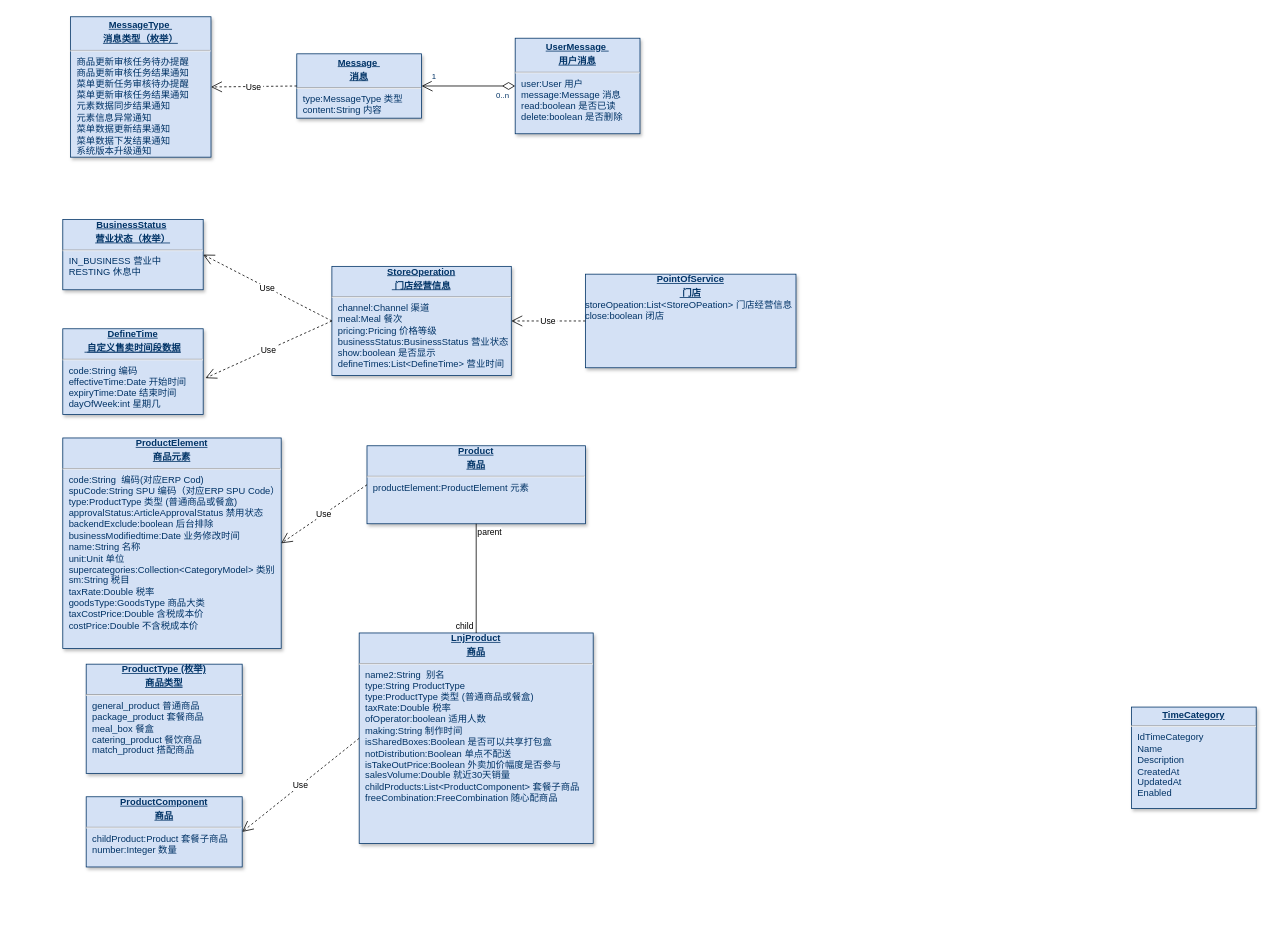
Above: 老娘舅_DB.drawio in rockywade/draw (draw.io), before the change. Source tidied: cells renumbered, new cells numbered last; positions are measured from the earlier drawing's top-left corner, leaving out a move shared by most shapes. Both pictures are drawn from the tidied source at 78%, with x=0, y=0 at pixel (62, 16).
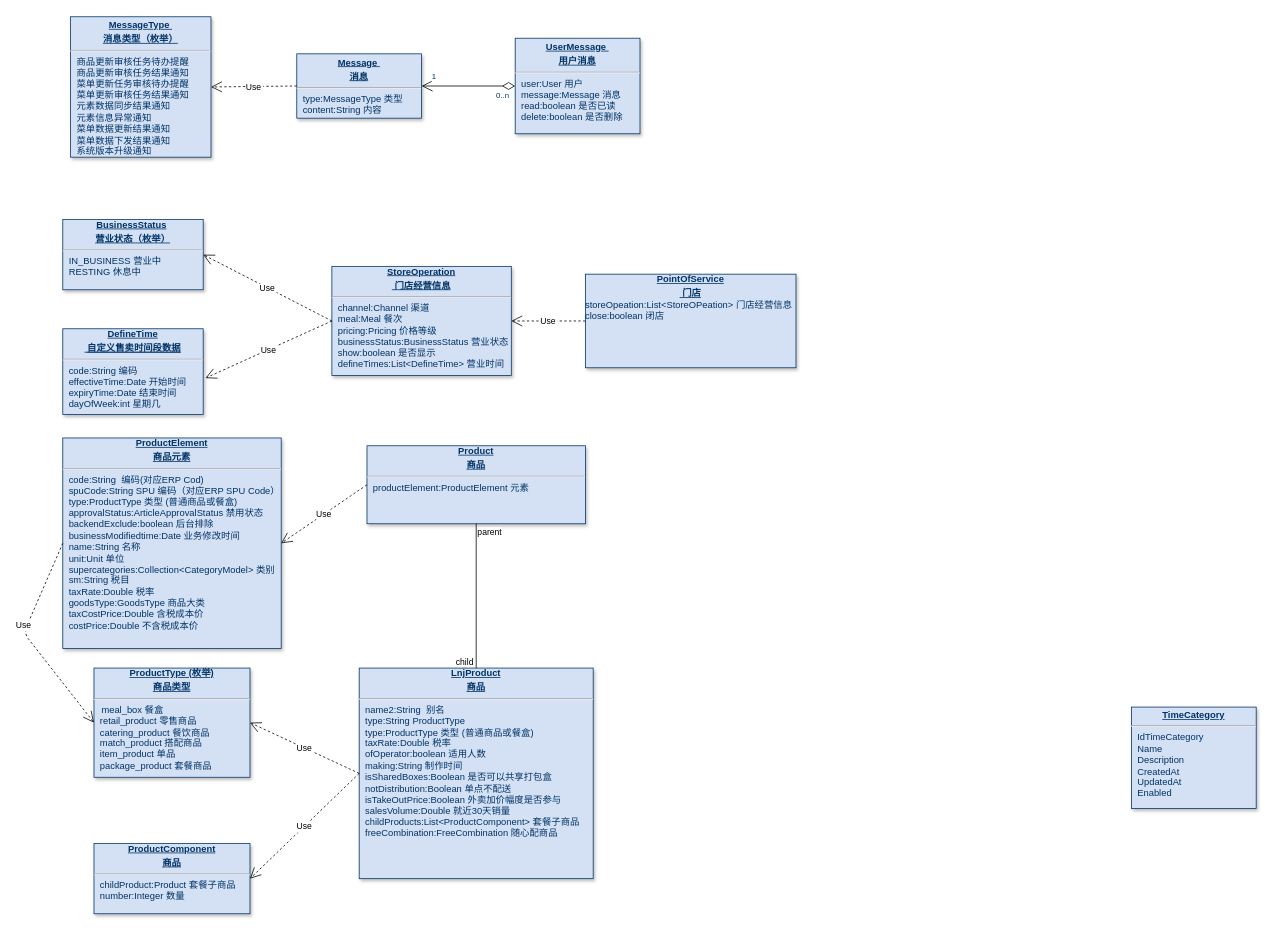
The same page after the edit.

The change refers to these unchanged cells:
```xml
<mxCell id="17" value="&lt;div style=&quot;text-align: center&quot;&gt;&lt;b&gt;&lt;u&gt;ProductElement&lt;/u&gt;&lt;/b&gt;&lt;/div&gt;&lt;p style=&quot;margin: 0px ; margin-top: 4px ; text-align: center ; text-decoration: underline&quot;&gt;&lt;b&gt;商品元素&lt;/b&gt;&lt;/p&gt;&lt;hr&gt;&lt;p style=&quot;margin: 0px ; margin-left: 8px&quot;&gt;code:String&amp;nbsp; 编码(对应ERP Cod)&lt;/p&gt;&lt;p style=&quot;margin: 0px ; margin-left: 8px&quot;&gt;spuCode:String SPU 编码（对应ERP SPU Code）&lt;br&gt;&lt;/p&gt;&lt;p style=&quot;margin: 0px ; margin-left: 8px&quot;&gt;type:ProductType 类型 (普通商品或餐盒)&lt;br&gt;&lt;/p&gt;&lt;p style=&quot;margin: 0px ; margin-left: 8px&quot;&gt;approvalStatus:ArticleApprovalStatus&amp;nbsp;禁用状态&lt;/p&gt;&lt;p style=&quot;margin: 0px ; margin-left: 8px&quot;&gt;backendExclude:boolean&amp;nbsp;后台排除&lt;br&gt;&lt;/p&gt;&lt;p style=&quot;margin: 0px ; margin-left: 8px&quot;&gt;businessModifiedtime:Date 业务修改时间&lt;/p&gt;&lt;p style=&quot;margin: 0px ; margin-left: 8px&quot;&gt;name:String 名称&lt;/p&gt;&lt;p style=&quot;margin: 0px ; margin-left: 8px&quot;&gt;unit:Unit 单位&lt;/p&gt;&lt;p style=&quot;margin: 0px ; margin-left: 8px&quot;&gt;supercategories:Collection&amp;lt;CategoryModel&amp;gt; 类别&lt;br&gt;&lt;/p&gt;&lt;p style=&quot;margin: 0px ; margin-left: 8px&quot;&gt;sm:String 税目&lt;br&gt;&lt;/p&gt;&lt;p style=&quot;margin: 0px ; margin-left: 8px&quot;&gt;taxRate:Double 税率&lt;br&gt;&lt;/p&gt;&lt;p style=&quot;margin: 0px ; margin-left: 8px&quot;&gt;goodsType:GoodsType 商品大类&lt;/p&gt;&lt;p style=&quot;margin: 0px ; margin-left: 8px&quot;&gt;taxCostPrice:Double 含税成本价&lt;br&gt;&lt;/p&gt;&lt;p style=&quot;margin: 0px ; margin-left: 8px&quot;&gt;costPrice:Double 不含税成本价&lt;/p&gt;" style="verticalAlign=top;align=left;overflow=fill;fontSize=12;fontFamily=Helvetica;html=1;strokeColor=#003366;shadow=1;fillColor=#D4E1F5;fontColor=#003366;" parent="1" vertex="1">
  <mxGeometry y="540" width="280" height="270" as="geometry" />
</mxCell>
```

What changed in the source:
```diff
@@
     <mxCell id="18" value="&lt;div style=&quot;text-align: center&quot;&gt;&lt;b&gt;&lt;u&gt;LnjProduct&lt;/u&gt;&lt;/b&gt;&lt;/div&gt;&lt;p style=&quot;margin: 0px ; margin-top: 4px ; text-align: center ; text-decoration: underline&quot;&gt;&lt;b&gt;商品&lt;/b&gt;&lt;/p&gt;&lt;hr&gt;&lt;p style=&quot;margin: 0px ; margin-left: 8px&quot;&gt;name2:String&amp;nbsp; 别名&lt;/p&gt;&lt;p style=&quot;margin: 0px ; margin-left: 8px&quot;&gt;type:String ProductType&lt;br&gt;&lt;/p&gt;&lt;p style=&quot;margin: 0px ; margin-left: 8px&quot;&gt;type:ProductType 类型 (普通商品或餐盒)&lt;br&gt;&lt;/p&gt;&lt;p style=&quot;margin: 0px ; margin-left: 8px&quot;&gt;taxRate:Double 税率&lt;/p&gt;&lt;p style=&quot;margin: 0px ; margin-left: 8px&quot;&gt;ofOperator:boolean 适用人数&lt;br&gt;&lt;/p&gt;&lt;p style=&quot;margin: 0px ; margin-left: 8px&quot;&gt;making:String 制作时间&lt;/p&gt;&lt;p style=&quot;margin: 0px ; margin-left: 8px&quot;&gt;isSharedBoxes:Boolean 是否可以共享打包盒&lt;/p&gt;&lt;p style=&quot;margin: 0px ; margin-left: 8px&quot;&gt;notDistribution:Boolean 单点不配送&lt;/p&gt;&lt;p style=&quot;margin: 0px ; margin-left: 8px&quot;&gt;isTakeOutPrice:Boolean 外卖加价幅度是否参与&lt;br&gt;&lt;/p&gt;&lt;p style=&quot;margin: 0px ; margin-left: 8px&quot;&gt;salesVolume:Double&amp;nbsp;就近30天销量&lt;br&gt;&lt;/p&gt;&lt;p style=&quot;margin: 0px ; margin-left: 8px&quot;&gt;childProducts:List&amp;lt;ProductComponent&amp;gt; 套餐子商品&lt;br&gt;&lt;/p&gt;&lt;p style=&quot;margin: 0px ; margin-left: 8px&quot;&gt;freeCombination:FreeCombination 随心配商品&lt;/p&gt;" style="verticalAlign=top;align=left;overflow=fill;fontSize=12;fontFamily=Helvetica;html=1;strokeColor=#003366;shadow=1;fillColor=#D4E1F5;fontColor=#003366;" parent="1" vertex="1">
-      <mxGeometry x="380" y="790" width="300" height="270" as="geometry" />
+      <mxGeometry x="380" y="835" width="300" height="270" as="geometry" />
     </mxCell>
@@
     <mxCell id="24" value="&lt;div style=&quot;text-align: center&quot;&gt;&lt;b&gt;&lt;u&gt;ProductComponent&lt;/u&gt;&lt;/b&gt;&lt;/div&gt;&lt;p style=&quot;margin: 0px ; margin-top: 4px ; text-align: center ; text-decoration: underline&quot;&gt;&lt;b&gt;商品&lt;/b&gt;&lt;/p&gt;&lt;hr&gt;&lt;p style=&quot;margin: 0px ; margin-left: 8px&quot;&gt;childProduct:Product 套餐子商品&lt;/p&gt;&lt;p style=&quot;margin: 0px ; margin-left: 8px&quot;&gt;number:Integer 数量&lt;br&gt;&lt;/p&gt;&lt;p style=&quot;margin: 0px ; margin-left: 8px&quot;&gt;&lt;br&gt;&lt;/p&gt;" style="verticalAlign=top;align=left;overflow=fill;fontSize=12;fontFamily=Helvetica;html=1;strokeColor=#003366;shadow=1;fillColor=#D4E1F5;fontColor=#003366;" parent="1" vertex="1">
-      <mxGeometry x="30" y="1000" width="200" height="90" as="geometry" />
+      <mxGeometry x="40" y="1060" width="200" height="90" as="geometry" />
     </mxCell>
@@
-    <mxCell id="26" value="&lt;div style=&quot;text-align: center&quot;&gt;&lt;b&gt;&lt;u&gt;ProductType (枚举)&lt;/u&gt;&lt;/b&gt;&lt;/div&gt;&lt;p style=&quot;margin: 0px ; margin-top: 4px ; text-align: center ; text-decoration: underline&quot;&gt;&lt;b&gt;商品类型&lt;/b&gt;&lt;/p&gt;&lt;hr&gt;&lt;p style=&quot;margin: 0px ; margin-left: 8px&quot;&gt;general_product&amp;nbsp;普通商品&lt;/p&gt;&lt;p style=&quot;margin: 0px ; margin-left: 8px&quot;&gt;package_product&amp;nbsp;套餐商品&lt;br&gt;&lt;/p&gt;&lt;p style=&quot;margin: 0px ; margin-left: 8px&quot;&gt;meal_box 餐盒&lt;/p&gt;&lt;p style=&quot;margin: 0px ; margin-left: 8px&quot;&gt;catering_product 餐饮商品&lt;br&gt;&lt;/p&gt;&lt;p style=&quot;margin: 0px ; margin-left: 8px&quot;&gt;match_product 搭配商品&lt;/p&gt;&lt;p style=&quot;margin: 0px ; margin-left: 8px&quot;&gt;&lt;br&gt;&lt;/p&gt;&lt;p style=&quot;margin: 0px ; margin-left: 8px&quot;&gt;&lt;br&gt;&lt;/p&gt;&lt;p style=&quot;margin: 0px ; margin-left: 8px&quot;&gt;&lt;br&gt;&lt;/p&gt;" style="verticalAlign=top;align=left;overflow=fill;fontSize=12;fontFamily=Helvetica;html=1;strokeColor=#003366;shadow=1;fillColor=#D4E1F5;fontColor=#003366;" parent="1" vertex="1">
-      <mxGeometry x="30" y="830" width="200" height="140" as="geometry" />
+    <mxCell id="26" value="&lt;div style=&quot;text-align: center&quot;&gt;&lt;b&gt;&lt;u&gt;ProductType (枚举)&lt;/u&gt;&lt;/b&gt;&lt;/div&gt;&lt;p style=&quot;margin: 0px ; margin-top: 4px ; text-align: center ; text-decoration: underline&quot;&gt;&lt;b&gt;商品类型&lt;/b&gt;&lt;/p&gt;&lt;hr&gt;&amp;nbsp; &amp;nbsp;meal_box 餐盒&lt;p style=&quot;margin: 0px ; margin-left: 8px&quot;&gt;&lt;span&gt;retail_product 零售商品&lt;/span&gt;&lt;br&gt;&lt;/p&gt;&lt;p style=&quot;margin: 0px ; margin-left: 8px&quot;&gt;catering_product 餐饮商品&lt;br&gt;&lt;/p&gt;&lt;p style=&quot;margin: 0px ; margin-left: 8px&quot;&gt;match_product 搭配商品&lt;/p&gt;&lt;p style=&quot;margin: 0px ; margin-left: 8px&quot;&gt;item_product 单品&lt;/p&gt;&lt;p style=&quot;margin: 0px 0px 0px 8px&quot;&gt;package_product&amp;nbsp;套餐商品&lt;br&gt;&lt;/p&gt;&lt;div&gt;&lt;br&gt;&lt;/div&gt;&lt;p style=&quot;margin: 0px ; margin-left: 8px&quot;&gt;&lt;br&gt;&lt;/p&gt;&lt;p style=&quot;margin: 0px ; margin-left: 8px&quot;&gt;&lt;br&gt;&lt;/p&gt;" style="verticalAlign=top;align=left;overflow=fill;fontSize=12;fontFamily=Helvetica;html=1;strokeColor=#003366;shadow=1;fillColor=#D4E1F5;fontColor=#003366;" parent="1" vertex="1">
+      <mxGeometry x="40" y="835" width="200" height="140" as="geometry" />
     </mxCell>
+    <mxCell id="27" value="Use" style="endArrow=open;endSize=12;dashed=1;entryX=1;entryY=0.5;entryDx=0;entryDy=0;exitX=0;exitY=0.5;exitDx=0;exitDy=0;" parent="1" edge="1" source="18" target="26">
+      <mxGeometry x="10" y="-201" as="geometry" />
+    </mxCell>
+    <mxCell id="28" value="Use" style="endArrow=open;endSize=12;dashed=1;entryX=0;entryY=0.5;entryDx=0;entryDy=0;exitX=0;exitY=0.5;exitDx=0;exitDy=0;" parent="1" edge="1" source="17" target="26">
+      <mxGeometry as="geometry">
+        <Array as="points">
+          <mxPoint x="-50" y="790" />
+        </Array>
+        <mxPoint x="-70" y="-10" as="offset" />
+      </mxGeometry>
+    </mxCell>
```
